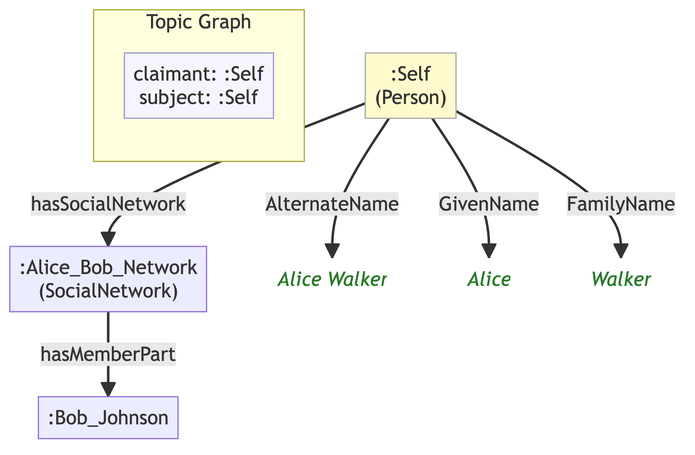
MeeFoundation/mia-ontologies keeps this Mermaid diagram as example/graphs/images/graph-12.png. Above is the earlier version. Its source is kept beside it as example/graphs/images/graph-12.mmd. Source of this version:
```mermaid
flowchart TD
    classDef person fill:#fffacd,stroke:#aaa,color:#333
    classDef grp    fill:#d4edda,stroke:#aaa,color:#333
    classDef org    fill:#cce5ff,stroke:#aaa,color:#333
    classDef lit    fill:none,stroke:none,font-style:italic,color:#2a7a2a
    classDef meta   fill:#f5f5ff,stroke:#9999cc,color:#333

    subgraph ctx["Topic Graph"]
        direction LR
        ctx_meta["claimant: :Self\nsubject: :Self"]:::meta
    end

    ne62a8f0f56d6[":Alice_Bob_Network\n(SocialNetwork)"]
    ncea94215aa38[":Bob_Johnson"]
    ne0c3ba92f1db[":Self\n(Person)"]:::person
    ne2d58225bffa("Alice Walker"):::lit
    n24b5db82bece("Alice"):::lit
    n68691190e176("Walker"):::lit

    ne62a8f0f56d6 -->|"hasMemberPart"| ncea94215aa38
    ne0c3ba92f1db -->|"AlternateName"| ne2d58225bffa
    ne0c3ba92f1db -->|"GivenName"| n24b5db82bece
    ne0c3ba92f1db -->|"FamilyName"| n68691190e176
    ne0c3ba92f1db -->|"hasSocialNetwork"| ne62a8f0f56d6
```
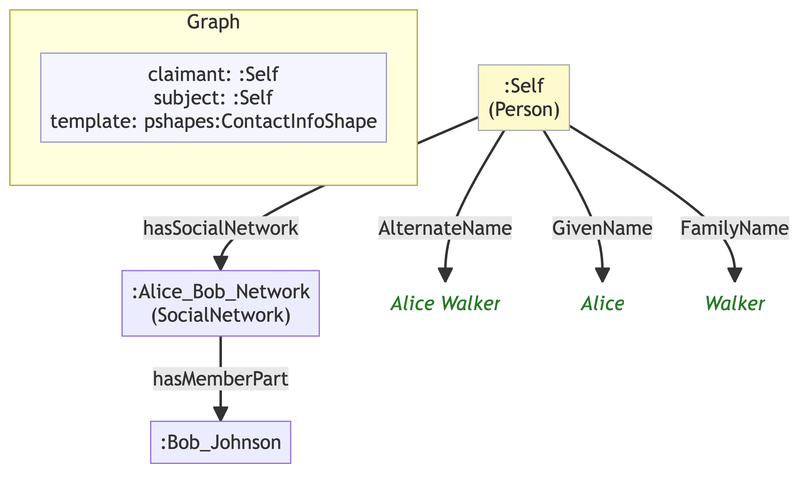
The same file after the commit.

Diff of the diagram source:
```diff
@@ -1,24 +1,23 @@
 flowchart TD
     classDef person fill:#fffacd,stroke:#aaa,color:#333
-    classDef grp    fill:#d4edda,stroke:#aaa,color:#333
     classDef org    fill:#cce5ff,stroke:#aaa,color:#333
     classDef lit    fill:none,stroke:none,font-style:italic,color:#2a7a2a
     classDef meta   fill:#f5f5ff,stroke:#9999cc,color:#333
 
-    subgraph ctx["Topic Graph"]
+    subgraph ctx["Graph"]
         direction LR
-        ctx_meta["claimant: :Self\nsubject: :Self"]:::meta
+        ctx_meta["claimant: :Self\nsubject: :Self\ntemplate: pshapes:ContactInfoShape"]:::meta
     end
 
     ne62a8f0f56d6[":Alice_Bob_Network\n(SocialNetwork)"]
     ncea94215aa38[":Bob_Johnson"]
     ne0c3ba92f1db[":Self\n(Person)"]:::person
-    ne2d58225bffa("Alice Walker"):::lit
-    n24b5db82bece("Alice"):::lit
-    n68691190e176("Walker"):::lit
+    nc0f45ef68fcb("Alice Walker"):::lit
+    nd17ec92a661d("Alice"):::lit
+    ne7d9a5b82ce8("Walker"):::lit
 
     ne62a8f0f56d6 -->|"hasMemberPart"| ncea94215aa38
-    ne0c3ba92f1db -->|"AlternateName"| ne2d58225bffa
-    ne0c3ba92f1db -->|"GivenName"| n24b5db82bece
-    ne0c3ba92f1db -->|"FamilyName"| n68691190e176
+    ne0c3ba92f1db -->|"AlternateName"| nc0f45ef68fcb
+    ne0c3ba92f1db -->|"GivenName"| nd17ec92a661d
+    ne0c3ba92f1db -->|"FamilyName"| ne7d9a5b82ce8
     ne0c3ba92f1db -->|"hasSocialNetwork"| ne62a8f0f56d6
```
